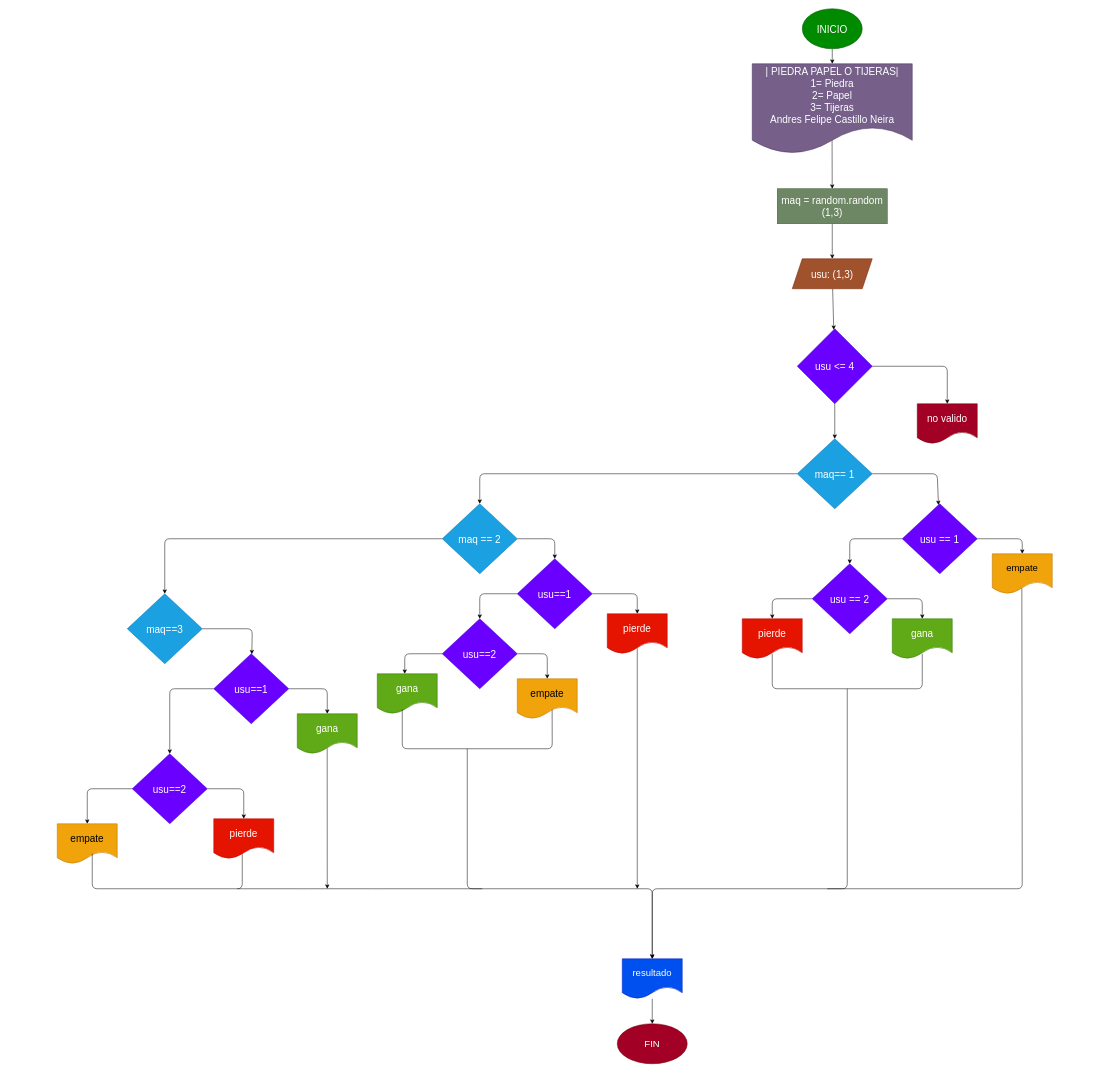
Above: diagrama.drawio in AndresCastillo15/Piedra_papel_tijera (draw.io), before the change. Source tidied: cells renumbered, new cells numbered last; positions are measured from the earlier drawing's top-left corner, leaving out a move shared by most shapes. Both pictures are drawn from the tidied source at 50%, with x=0, y=0 at pixel (57, 8).
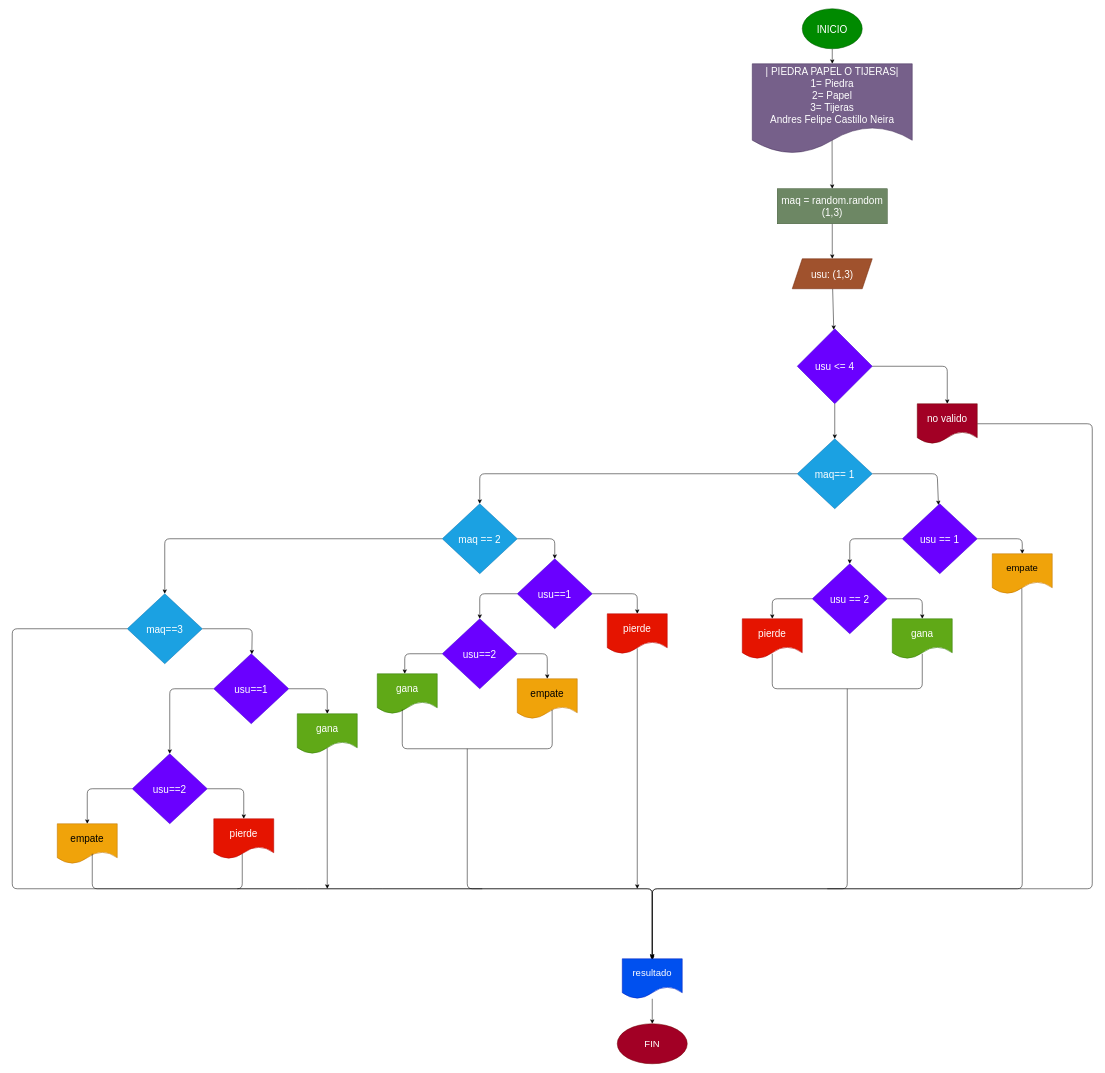
The same diagram, later.

Unchanged cells that the change refers to:
```xml
<mxCell id="35" value="maq==3" style="rhombus;whiteSpace=wrap;html=1;fontSize=20;fillColor=#1ba1e2;fontColor=#ffffff;strokeColor=#006EAF;" parent="1" vertex="1">
  <mxGeometry x="140" y="1170" width="150" height="140" as="geometry" />
</mxCell>
<mxCell id="42" value="no valido" style="shape=document;whiteSpace=wrap;html=1;boundedLbl=1;fontSize=20;fillColor=#a20025;fontColor=#ffffff;strokeColor=#6F0000;" parent="1" vertex="1">
  <mxGeometry x="1720" y="790" width="120" height="80" as="geometry" />
</mxCell>
<mxCell id="54" value="resultado" style="shape=document;whiteSpace=wrap;html=1;boundedLbl=1;fontSize=19;fillColor=#0050ef;fontColor=#ffffff;strokeColor=#001DBC;" parent="1" vertex="1">
  <mxGeometry x="1130" y="1900" width="120" height="80" as="geometry" />
</mxCell>
```

Change to the diagram source:
```diff
@@
+    <mxCell id="61" style="edgeStyle=none;html=1;entryX=0.5;entryY=0;entryDx=0;entryDy=0;" parent="1" edge="1" source="35" target="54">
+      <mxGeometry relative="1" as="geometry">
+        <Array as="points">
+          <mxPoint x="-90" y="1240" />
+          <mxPoint x="-90" y="1760" />
+          <mxPoint x="1190" y="1760" />
+        </Array>
+      </mxGeometry>
+    </mxCell>
@@
+    <mxCell id="62" style="edgeStyle=none;html=1;" parent="1" edge="1" source="42">
+      <mxGeometry relative="1" as="geometry">
+        <mxPoint x="1190" y="1903.3" as="targetPoint" />
+        <Array as="points">
+          <mxPoint x="2070" y="830" />
+          <mxPoint x="2070" y="1760" />
+          <mxPoint x="1190" y="1760" />
+        </Array>
+      </mxGeometry>
+    </mxCell>
```
